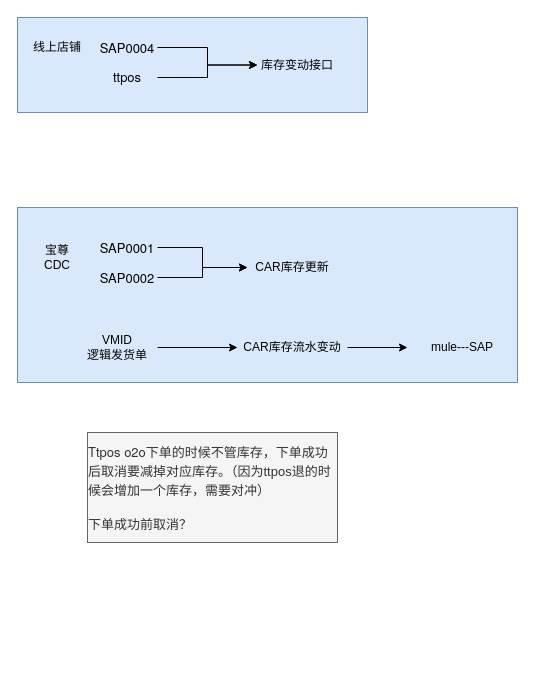
This is VF/VMID/库存变动同步.drawio from yeahsyoung/diagram, a draw.io file, before an edit. Source tidied: cells renumbered, new cells numbered last; positions are measured from the earlier drawing's top-left corner, leaving out a move shared by most shapes. Both pictures are drawn from the tidied source at 100%, with x=0, y=0 at pixel (17, 17).
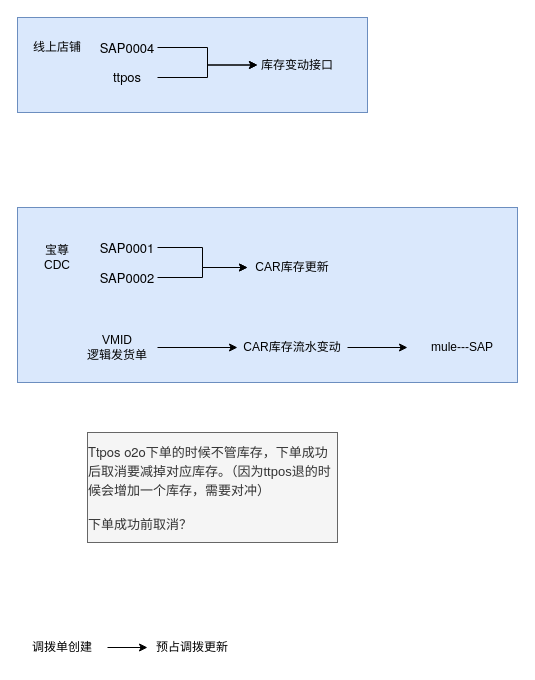
The same page after the edit.

Commit message:
更新库存变动同步.drawio

What changed in the source:
```diff
@@
+    <mxCell id="22" style="edgeStyle=orthogonalEdgeStyle;rounded=0;jettySize=auto;html=1;exitX=1;exitY=0.5;exitDx=0;exitDy=0;" parent="1" edge="1" source="23" target="24">
+      <mxGeometry relative="1" as="geometry" />
+    </mxCell>
+    <mxCell id="23" value="调拨单创建" style="text;html=1;whiteSpace=wrap;strokeColor=none;fillColor=none;align=center;verticalAlign=middle;rounded=0;" parent="1" vertex="1">
+      <mxGeometry y="615" width="90" height="30" as="geometry" />
+    </mxCell>
+    <mxCell id="24" value="预占调拨更新" style="text;html=1;whiteSpace=wrap;strokeColor=none;fillColor=none;align=center;verticalAlign=middle;rounded=0;" parent="1" vertex="1">
+      <mxGeometry x="130" y="615" width="90" height="30" as="geometry" />
+    </mxCell>
```
